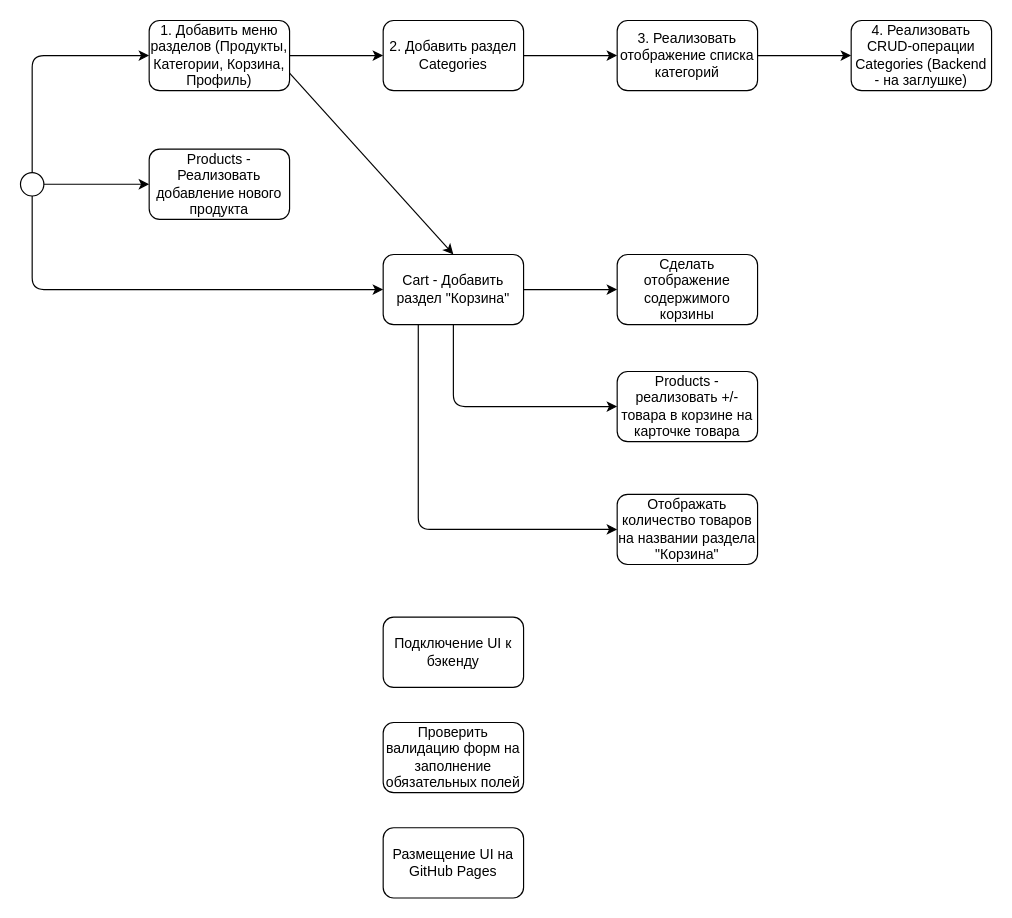
Before: react-2025-08/react-2025-08-hw16-shop/doc/netGraph.drawio in alexanderpono/ponomarenko-alex-otus, a draw.io diagram. Source tidied: cells renumbered, new cells numbered last; positions are measured from the earlier drawing's top-left corner, leaving out a move shared by most shapes. Both pictures are drawn from the tidied source at 117%, with x=0, y=0 at pixel (20, 20).
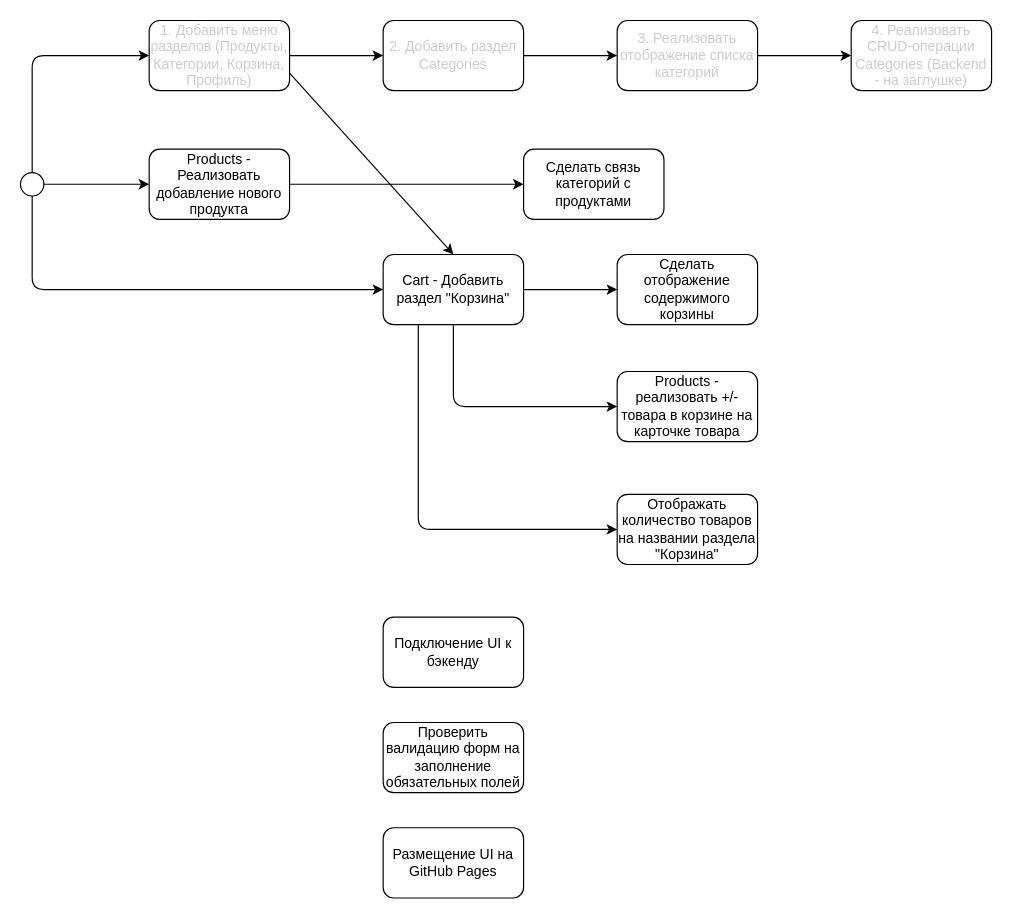
After the change.

Unchanged cells that the change refers to:
```xml
<mxCell id="8" value="Products - Реализовать добавление нового продукта" style="rounded=1;whiteSpace=wrap;html=1;" parent="1" vertex="1">
  <mxGeometry x="110" y="110" width="120" height="60" as="geometry" />
</mxCell>
```

What changed in the source:
```diff
@@
-    <mxCell id="3" value="1. Добавить меню разделов (Продукты, Категории, Корзина, Профиль)" style="rounded=1;whiteSpace=wrap;html=1;" parent="1" vertex="1">
+    <mxCell id="3" value="1. Добавить меню разделов (Продукты, Категории, Корзина, Профиль)" style="rounded=1;whiteSpace=wrap;html=1;fontColor=light-dark(#CCCCCC,#EDEDED);" parent="1" vertex="1">
       <mxGeometry x="110" width="120" height="60" as="geometry" />
     </mxCell>
@@
-    <mxCell id="5" value="2. Добавить раздел Categories" style="rounded=1;whiteSpace=wrap;html=1;" parent="1" vertex="1">
+    <mxCell id="5" value="2. Добавить раздел Categories" style="rounded=1;whiteSpace=wrap;html=1;fontColor=#CCCCCC;" parent="1" vertex="1">
       <mxGeometry x="310" width="120" height="60" as="geometry" />
     </mxCell>
@@
-    <mxCell id="11" value="3. Реализовать отображение списка категорий" style="whiteSpace=wrap;html=1;rounded=1;" parent="1" vertex="1">
+    <mxCell id="11" value="3. Реализовать отображение списка категорий" style="whiteSpace=wrap;html=1;rounded=1;fontColor=#CCCCCC;" parent="1" vertex="1">
       <mxGeometry x="510" width="120" height="60" as="geometry" />
     </mxCell>
-    <mxCell id="12" value="4. Реализовать CRUD-операции Categories (Backend - на заглушке)" style="rounded=1;whiteSpace=wrap;html=1;" parent="1" vertex="1">
+    <mxCell id="12" value="4. Реализовать CRUD-операции Categories (Backend - на заглушке)" style="rounded=1;whiteSpace=wrap;html=1;fontColor=#CCCCCC;" parent="1" vertex="1">
       <mxGeometry x="710" width="120" height="60" as="geometry" />
     </mxCell>
@@
+    <mxCell id="25" value="Сделать связь категорий с продуктами" style="rounded=1;whiteSpace=wrap;html=1;" parent="1" vertex="1">
+      <mxGeometry x="430" y="110" width="120" height="60" as="geometry" />
+    </mxCell>
+    <mxCell id="26" style="edgeStyle=none;html=1;entryX=0;entryY=0.5;entryDx=0;entryDy=0;exitX=1;exitY=0.5;exitDx=0;exitDy=0;" parent="1" edge="1" source="8" target="25">
+      <mxGeometry relative="1" as="geometry" />
+    </mxCell>
```
